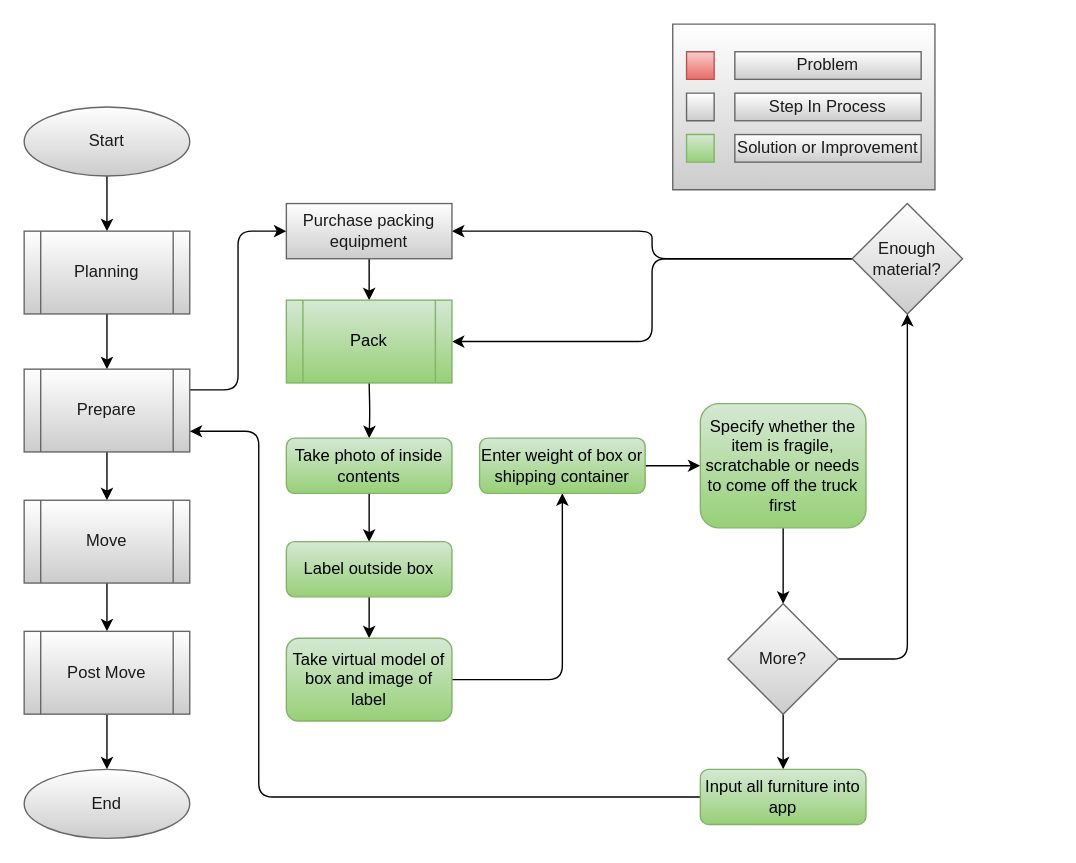
This is page "Pre-Move" (2 of 5) of Documents/flow_diagrams/Solution_Flow.drawio from LP-76/load.in, a draw.io file, before an edit. Source tidied: cells renumbered, new cells numbered last; positions are measured from the earlier drawing's top-left corner, leaving out a move shared by most shapes. Both pictures are drawn from the tidied source at 138%, with x=0, y=0 at pixel (23, 23).
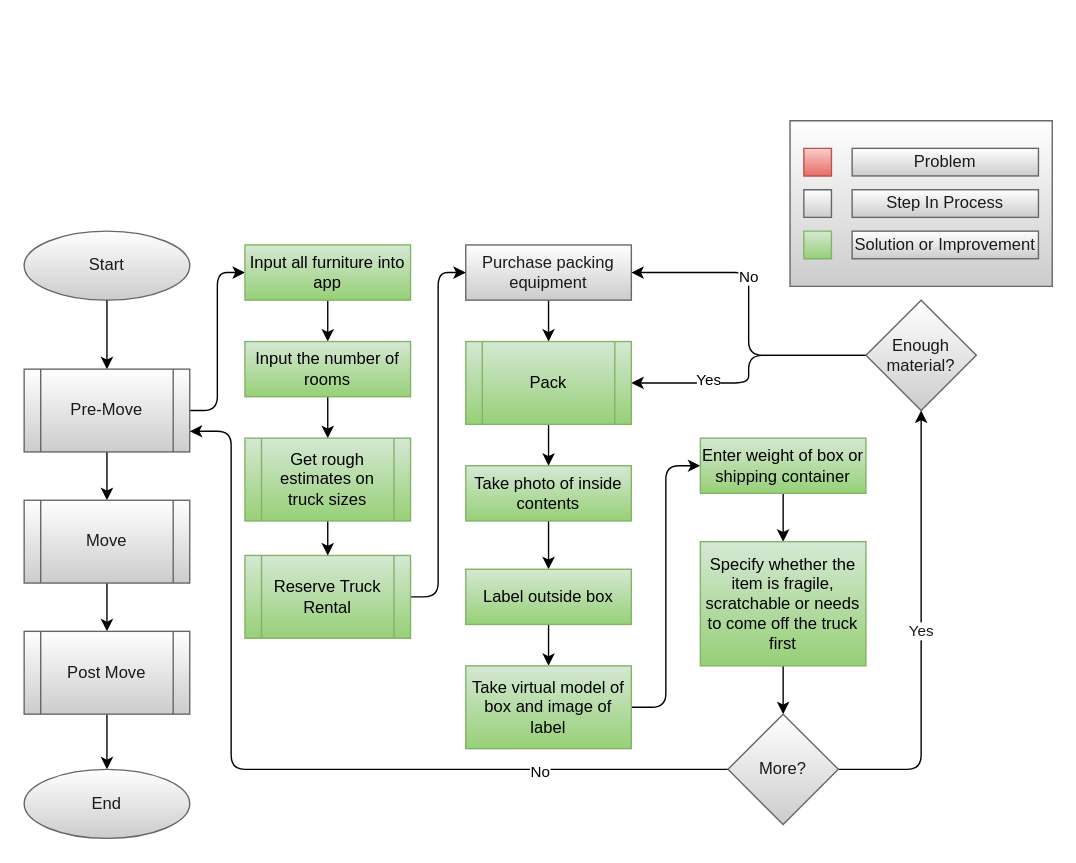
After the change.

Diff of the diagram source:
```diff
@@
-    <mxCell id="2" style="edgeStyle=orthogonalEdgeStyle;jettySize=auto;html=1;" parent="1" edge="1" source="3" target="6">
-      <mxGeometry relative="1" as="geometry" />
-    </mxCell>
     <mxCell id="3" value="Start" style="ellipse;whiteSpace=wrap;html=1;fontColor=#1A1A1A;strokeColor=#666666;fillColor=#FFFFFF;gradientColor=#CCCCCC;" parent="1" vertex="1">
-      <mxGeometry y="60" width="120" height="50" as="geometry" />
+      <mxGeometry y="150" width="120" height="50" as="geometry" />
     </mxCell>
-    <mxCell id="4" style="edgeStyle=orthogonalEdgeStyle;jettySize=auto;html=1;" parent="1" edge="1" source="6" target="8">
+    <mxCell id="4" style="edgeStyle=orthogonalEdgeStyle;jettySize=auto;html=1;exitX=0.5;exitY=1;exitDx=0;exitDy=0;" parent="1" edge="1" source="3" target="8">
       <mxGeometry relative="1" as="geometry" />
     </mxCell>
-    <mxCell id="5" style="edgeStyle=orthogonalEdgeStyle;curved=0;rounded=1;sketch=0;jettySize=auto;html=1;entryX=0;entryY=0.5;entryDx=0;entryDy=0;fontColor=#1A1A1A;exitX=1;exitY=0.25;exitDx=0;exitDy=0;" parent="1" edge="1" source="8" target="18">
-      <mxGeometry relative="1" as="geometry" />
-    </mxCell>
-    <mxCell id="6" value="Planning" style="shape=process;whiteSpace=wrap;html=1;backgroundOutline=1;fontColor=#1A1A1A;strokeColor=#666666;fillColor=#FFFFFF;gradientColor=#CCCCCC;" parent="1" vertex="1">
-      <mxGeometry y="150" width="120" height="60" as="geometry" />
-    </mxCell>
@@
+    <mxCell id="44" style="edgeStyle=orthogonalEdgeStyle;jettySize=auto;html=1;entryX=0;entryY=0.5;entryDx=0;entryDy=0;" parent="1" edge="1" source="8" target="34">
+      <mxGeometry relative="1" as="geometry" />
+    </mxCell>
-    <mxCell id="8" value="Prepare" style="shape=process;whiteSpace=wrap;html=1;backgroundOutline=1;fontColor=#1A1A1A;strokeColor=#666666;fillColor=#FFFFFF;gradientColor=#CCCCCC;" parent="1" vertex="1">
+    <mxCell id="8" value="Pre-Move" style="shape=process;whiteSpace=wrap;html=1;backgroundOutline=1;fontColor=#1A1A1A;strokeColor=#666666;fillColor=#FFFFFF;gradientColor=#CCCCCC;" parent="1" vertex="1">
       <mxGeometry y="250" width="120" height="60" as="geometry" />
     </mxCell>
@@
-    <mxCell id="14" style="edgeStyle=orthogonalEdgeStyle;curved=0;rounded=1;sketch=0;jettySize=auto;html=1;entryX=1;entryY=0.5;entryDx=0;entryDy=0;fontColor=#1A1A1A;" parent="1" edge="1" source="16" target="18">
+    <mxCell id="14" style="edgeStyle=orthogonalEdgeStyle;curved=0;sketch=0;jettySize=auto;html=1;entryX=1;entryY=0.5;entryDx=0;entryDy=0;fontColor=#1A1A1A;" parent="1" edge="1" source="16" target="18">
       <mxGeometry relative="1" as="geometry" />
     </mxCell>
+    <mxCell id="45" value="No" style="edgeLabel;html=1;align=center;verticalAlign=middle;" parent="14" vertex="1">
+      <mxGeometry x="0.27" y="2" relative="1" as="geometry" />
+    </mxCell>
-    <mxCell id="15" style="edgeStyle=orthogonalEdgeStyle;curved=0;rounded=1;sketch=0;jettySize=auto;html=1;entryX=1;entryY=0.5;entryDx=0;entryDy=0;fontColor=#1A1A1A;" parent="1" edge="1" source="16" target="43">
+    <mxCell id="15" style="edgeStyle=orthogonalEdgeStyle;curved=0;sketch=0;jettySize=auto;html=1;entryX=1;entryY=0.5;entryDx=0;entryDy=0;fontColor=#1A1A1A;" parent="1" edge="1" source="16" target="43">
       <mxGeometry relative="1" as="geometry" />
     </mxCell>
+    <mxCell id="46" value="Yes" style="edgeLabel;html=1;align=center;verticalAlign=middle;" parent="15" vertex="1">
+      <mxGeometry x="0.42" y="-3" relative="1" as="geometry" />
+    </mxCell>
     <mxCell id="16" value="Enough material?" style="rhombus;whiteSpace=wrap;html=1;gradientColor=#CCCCCC;fillColor=#FFFFFF;strokeColor=#666666;fontColor=#1A1A1A;" parent="1" vertex="1">
-      <mxGeometry x="600" y="130" width="80" height="80" as="geometry" />
+      <mxGeometry x="610" y="200" width="80" height="80" as="geometry" />
     </mxCell>
-    <mxCell id="17" style="edgeStyle=orthogonalEdgeStyle;curved=0;rounded=1;sketch=0;jettySize=auto;html=1;fontColor=#1A1A1A;entryX=0.5;entryY=0;entryDx=0;entryDy=0;" parent="1" edge="1" source="18" target="43">
+    <mxCell id="17" style="edgeStyle=orthogonalEdgeStyle;curved=0;sketch=0;jettySize=auto;html=1;fontColor=#1A1A1A;entryX=0.5;entryY=0;entryDx=0;entryDy=0;" parent="1" edge="1" source="18" target="43">
       <mxGeometry relative="1" as="geometry" />
     </mxCell>
     <mxCell id="18" value="Purchase packing equipment" style="whiteSpace=wrap;html=1;fontSize=12;gradientColor=#CCCCCC;fillColor=#FFFFFF;strokeColor=#666666;fontColor=#1A1A1A;" parent="1" vertex="1">
-      <mxGeometry x="190" y="130" width="120" height="40" as="geometry" />
+      <mxGeometry x="320" y="160" width="120" height="40" as="geometry" />
     </mxCell>
-    <mxCell id="19" style="edgeStyle=orthogonalEdgeStyle;curved=0;rounded=1;sketch=0;jettySize=auto;html=1;fontColor=#1A1A1A;" parent="1" edge="1" target="21">
-      <mxGeometry relative="1" as="geometry">
-        <mxPoint x="250" y="260" as="sourcePoint" />
-      </mxGeometry>
-    </mxCell>
-    <mxCell id="20" style="edgeStyle=orthogonalEdgeStyle;curved=0;rounded=1;sketch=0;jettySize=auto;html=1;fontColor=#1A1A1A;" parent="1" edge="1" source="21" target="23">
+    <mxCell id="20" style="edgeStyle=orthogonalEdgeStyle;curved=0;sketch=0;jettySize=auto;html=1;fontColor=#1A1A1A;" parent="1" edge="1" source="21" target="23">
       <mxGeometry relative="1" as="geometry" />
     </mxCell>
-    <mxCell id="21" value="Take photo of inside contents" style="rounded=1;whiteSpace=wrap;html=1;fontSize=12;glass=0;strokeWidth=1;shadow=0;gradientColor=#97d077;fillColor=#d5e8d4;strokeColor=#82b366;" parent="1" vertex="1">
-      <mxGeometry x="190" y="300" width="120" height="40" as="geometry" />
+    <mxCell id="21" value="Take photo of inside contents" style="whiteSpace=wrap;html=1;fontSize=12;glass=0;strokeWidth=1;shadow=0;gradientColor=#97d077;fillColor=#d5e8d4;strokeColor=#82b366;" parent="1" vertex="1">
+      <mxGeometry x="320" y="320" width="120" height="40" as="geometry" />
     </mxCell>
-    <mxCell id="22" style="edgeStyle=orthogonalEdgeStyle;curved=0;rounded=1;sketch=0;jettySize=auto;html=1;entryX=0.5;entryY=0;entryDx=0;entryDy=0;fontColor=#1A1A1A;" parent="1" edge="1" source="23" target="25">
+    <mxCell id="22" style="edgeStyle=orthogonalEdgeStyle;curved=0;sketch=0;jettySize=auto;html=1;entryX=0.5;entryY=0;entryDx=0;entryDy=0;fontColor=#1A1A1A;" parent="1" edge="1" source="23" target="25">
       <mxGeometry relative="1" as="geometry" />
     </mxCell>
-    <mxCell id="23" value="Label outside box" style="rounded=1;whiteSpace=wrap;html=1;fontSize=12;glass=0;strokeWidth=1;shadow=0;gradientColor=#97d077;fillColor=#d5e8d4;strokeColor=#82b366;" parent="1" vertex="1">
-      <mxGeometry x="190" y="375" width="120" height="40" as="geometry" />
+    <mxCell id="23" value="Label outside box" style="whiteSpace=wrap;html=1;fontSize=12;glass=0;strokeWidth=1;shadow=0;gradientColor=#97d077;fillColor=#d5e8d4;strokeColor=#82b366;" parent="1" vertex="1">
+      <mxGeometry x="320" y="395" width="120" height="40" as="geometry" />
     </mxCell>
-    <mxCell id="24" style="edgeStyle=orthogonalEdgeStyle;curved=0;rounded=1;sketch=0;jettySize=auto;html=1;fontColor=#1A1A1A;" parent="1" edge="1" source="25" target="27">
+    <mxCell id="24" style="edgeStyle=orthogonalEdgeStyle;jettySize=auto;html=1;entryX=0;entryY=0.5;entryDx=0;entryDy=0;" parent="1" edge="1" source="25" target="27">
       <mxGeometry relative="1" as="geometry" />
     </mxCell>
-    <mxCell id="25" value="Take virtual model of box and image of label" style="rounded=1;whiteSpace=wrap;html=1;fontSize=12;glass=0;strokeWidth=1;shadow=0;gradientColor=#97d077;fillColor=#d5e8d4;strokeColor=#82b366;" parent="1" vertex="1">
-      <mxGeometry x="190" y="445" width="120" height="60" as="geometry" />
+    <mxCell id="25" value="Take virtual model of box and image of label" style="whiteSpace=wrap;html=1;fontSize=12;glass=0;strokeWidth=1;shadow=0;gradientColor=#97d077;fillColor=#d5e8d4;strokeColor=#82b366;" parent="1" vertex="1">
+      <mxGeometry x="320" y="465" width="120" height="60" as="geometry" />
     </mxCell>
-    <mxCell id="26" style="edgeStyle=orthogonalEdgeStyle;curved=0;rounded=1;sketch=0;jettySize=auto;html=1;fontColor=#1A1A1A;" parent="1" edge="1" source="27" target="29">
+    <mxCell id="26" style="edgeStyle=orthogonalEdgeStyle;jettySize=auto;html=1;" parent="1" edge="1" source="27" target="29">
       <mxGeometry relative="1" as="geometry" />
     </mxCell>
-    <mxCell id="27" value="Enter weight of box or shipping container" style="rounded=1;whiteSpace=wrap;html=1;fontSize=12;glass=0;strokeWidth=1;shadow=0;gradientColor=#97d077;fillColor=#d5e8d4;strokeColor=#82b366;" parent="1" vertex="1">
-      <mxGeometry x="330" y="300" width="120" height="40" as="geometry" />
+    <mxCell id="27" value="Enter weight of box or shipping container" style="whiteSpace=wrap;html=1;fontSize=12;glass=0;strokeWidth=1;shadow=0;gradientColor=#97d077;fillColor=#d5e8d4;strokeColor=#82b366;" parent="1" vertex="1">
+      <mxGeometry x="490" y="300" width="120" height="40" as="geometry" />
     </mxCell>
-    <mxCell id="28" style="edgeStyle=orthogonalEdgeStyle;curved=0;rounded=1;sketch=0;jettySize=auto;html=1;fontColor=#1A1A1A;" parent="1" edge="1" source="29" target="32">
+    <mxCell id="28" style="edgeStyle=orthogonalEdgeStyle;curved=0;sketch=0;jettySize=auto;html=1;fontColor=#1A1A1A;" parent="1" edge="1" source="29" target="32">
       <mxGeometry relative="1" as="geometry" />
     </mxCell>
-    <mxCell id="29" value="Specify whether the item is fragile, scratchable or needs to come off the truck first" style="rounded=1;whiteSpace=wrap;html=1;fontSize=12;glass=0;strokeWidth=1;shadow=0;gradientColor=#97d077;fillColor=#d5e8d4;strokeColor=#82b366;" parent="1" vertex="1">
-      <mxGeometry x="490" y="275" width="120" height="90" as="geometry" />
+    <mxCell id="29" value="Specify whether the item is fragile, scratchable or needs to come off the truck first" style="whiteSpace=wrap;html=1;fontSize=12;glass=0;strokeWidth=1;shadow=0;gradientColor=#97d077;fillColor=#d5e8d4;strokeColor=#82b366;" parent="1" vertex="1">
+      <mxGeometry x="490" y="375" width="120" height="90" as="geometry" />
     </mxCell>
-    <mxCell id="30" style="edgeStyle=orthogonalEdgeStyle;curved=0;rounded=1;sketch=0;jettySize=auto;html=1;fontColor=#1A1A1A;" parent="1" edge="1" source="32" target="16">
+    <mxCell id="30" value="Yes" style="edgeStyle=orthogonalEdgeStyle;curved=0;sketch=0;jettySize=auto;html=1;fontColor=#1A1A1A;" parent="1" edge="1" source="32" target="16">
       <mxGeometry relative="1" as="geometry" />
     </mxCell>
-    <mxCell id="31" style="edgeStyle=orthogonalEdgeStyle;curved=0;rounded=1;sketch=0;jettySize=auto;html=1;fontColor=#1A1A1A;" parent="1" edge="1" source="32" target="34">
-      <mxGeometry relative="1" as="geometry" />
-    </mxCell>
+    <mxCell id="47" style="edgeStyle=orthogonalEdgeStyle;jettySize=auto;html=1;entryX=1;entryY=0.75;entryDx=0;entryDy=0;" parent="1" edge="1" source="32" target="8">
+      <mxGeometry relative="1" as="geometry">
+        <Array as="points">
+          <mxPoint x="150" y="540" />
+          <mxPoint x="150" y="295" />
+        </Array>
+      </mxGeometry>
+    </mxCell>
+    <mxCell id="48" value="No" style="edgeLabel;html=1;align=center;verticalAlign=middle;" parent="47" vertex="1">
+      <mxGeometry x="-0.57" y="1" relative="1" as="geometry" />
+    </mxCell>
     <mxCell id="32" value="More?" style="rhombus;whiteSpace=wrap;html=1;fontColor=#1A1A1A;strokeColor=#666666;fillColor=#FFFFFF;gradientColor=#CCCCCC;" parent="1" vertex="1">
-      <mxGeometry x="510" y="420" width="80" height="80" as="geometry" />
+      <mxGeometry x="510" y="500" width="80" height="80" as="geometry" />
     </mxCell>
-    <mxCell id="33" style="edgeStyle=orthogonalEdgeStyle;rounded=1;jettySize=auto;html=1;entryX=1;entryY=0.75;entryDx=0;entryDy=0;" parent="1" edge="1" source="34" target="8">
-      <mxGeometry relative="1" as="geometry">
-        <Array as="points">
-          <mxPoint x="170" y="560" />
-          <mxPoint x="170" y="295" />
-        </Array>
-      </mxGeometry>
-    </mxCell>
-    <mxCell id="34" value="Input all furniture into app" style="rounded=1;whiteSpace=wrap;html=1;fontSize=12;glass=0;strokeWidth=1;shadow=0;gradientColor=#97d077;fillColor=#d5e8d4;strokeColor=#82b366;" parent="1" vertex="1">
-      <mxGeometry x="490" y="540" width="120" height="40" as="geometry" />
-    </mxCell>
     <mxCell id="35" style="group;" parent="1" vertex="1">
-      <mxGeometry x="470" width="190" height="120" as="geometry" />
+      <mxGeometry x="555" y="70" width="190" height="120" as="geometry" />
     </mxCell>
@@
+    <mxCell id="49" style="edgeStyle=orthogonalEdgeStyle;jettySize=auto;html=1;" parent="1" edge="1" source="43" target="21">
+      <mxGeometry relative="1" as="geometry" />
+    </mxCell>
     <mxCell id="43" value="Pack" style="shape=process;whiteSpace=wrap;html=1;backgroundOutline=1;gradientColor=#97d077;fillColor=#d5e8d4;strokeColor=#82b366;" parent="1" vertex="1">
-      <mxGeometry x="190" y="200" width="120" height="60" as="geometry" />
+      <mxGeometry x="320" y="230" width="120" height="60" as="geometry" />
     </mxCell>
+    <mxCell id="50" style="edgeStyle=orthogonalEdgeStyle;jettySize=auto;html=1;entryX=0;entryY=0.5;entryDx=0;entryDy=0;" parent="1" edge="1" source="51" target="18">
+      <mxGeometry relative="1" as="geometry" />
+    </mxCell>
+    <mxCell id="51" value="Reserve Truck Rental" style="shape=process;whiteSpace=wrap;html=1;backgroundOutline=1;strokeColor=#82b366;fillColor=#d5e8d4;gradientColor=#97d077;" parent="1" vertex="1">
+      <mxGeometry x="160" y="385" width="120" height="60" as="geometry" />
+    </mxCell>
+    <mxCell id="52" style="edgeStyle=orthogonalEdgeStyle;jettySize=auto;html=1;" parent="1" edge="1" source="34" target="54">
+      <mxGeometry relative="1" as="geometry" />
+    </mxCell>
+    <mxCell id="34" value="Input all furniture into app" style="whiteSpace=wrap;html=1;fontSize=12;strokeColor=#82b366;fillColor=#d5e8d4;gradientColor=#97d077;" parent="1" vertex="1">
+      <mxGeometry x="160" y="160" width="120" height="40" as="geometry" />
+    </mxCell>
+    <mxCell id="53" style="edgeStyle=orthogonalEdgeStyle;jettySize=auto;html=1;" parent="1" edge="1" source="54" target="56">
+      <mxGeometry relative="1" as="geometry" />
+    </mxCell>
+    <mxCell id="54" value="Input the number of rooms" style="whiteSpace=wrap;html=1;fontSize=12;strokeColor=#82b366;fillColor=#d5e8d4;gradientColor=#97d077;" parent="1" vertex="1">
+      <mxGeometry x="160" y="230" width="120" height="40" as="geometry" />
+    </mxCell>
+    <mxCell id="55" style="edgeStyle=orthogonalEdgeStyle;jettySize=auto;html=1;" parent="1" edge="1" source="56" target="51">
+      <mxGeometry relative="1" as="geometry" />
+    </mxCell>
+    <mxCell id="56" value="Get rough estimates on truck sizes" style="shape=process;whiteSpace=wrap;html=1;backgroundOutline=1;strokeColor=#82b366;fillColor=#d5e8d4;gradientColor=#97d077;" parent="1" vertex="1">
+      <mxGeometry x="160" y="300" width="120" height="60" as="geometry" />
+    </mxCell>
```
